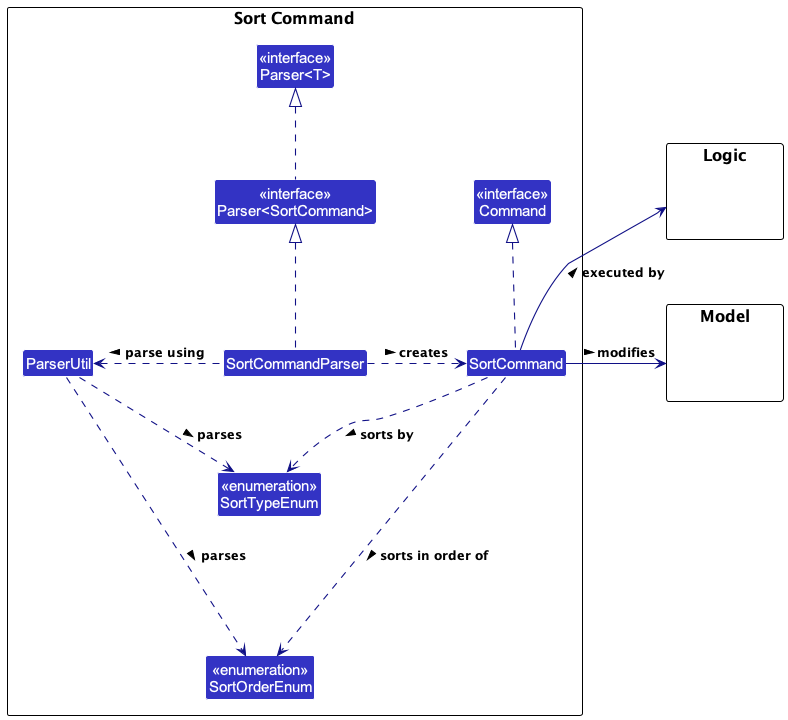
Before: docs/images/SortClassDiagram.png, a diagram exported from PlantUML (seantehds/tp).
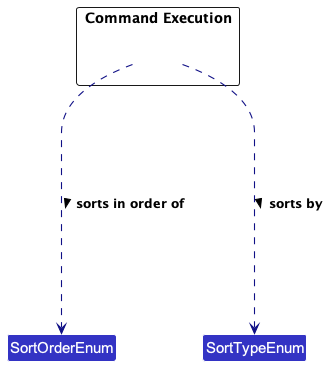
Above is the later version.

The edit, as a diff of the source:
```diff
@@ -5,41 +5,12 @@
 skinparam arrowColor LOGIC_COLOR_T4
 skinparam classBackgroundColor LOGIC_COLOR
 
-package "Sort Command" {
-    Class "<<enumeration>>\nSortTypeEnum" as SortTypeEnum
-    Class "<<enumeration>>\nSortOrderEnum" as SortOrderEnum
-    Class "<<interface>>\nCommand" as Command
-    Class SortCommandParser
-    Class SortCommand
-    Class "<<interface>>\nParser<T>" as ParserGeneric
-    Class "<<interface>>\nParser<SortCommand>" as Parser
-    Class ParserUtil
-}
-
-package Model {
+package "Command Execution" as CE; {
     class None #FFFFFF
 }
 
-package Logic {
-    class None #FFFFFF
-}
+None .down....> SortOrderEnum : sorts in order of >
+None .down....> SortTypeEnum : sorts by >
 
-Logic -[hidden]down-> Model
-
-Parser .up.|> ParserGeneric
-
-SortCommand .up.|> Command
-SortCommand .down...> SortOrderEnum : sorts in order of >
-SortCommand .down.> SortTypeEnum : sorts by >
-SortCommandParser .right.> SortCommand : creates >
-SortCommandParser .up.|> Parser
-
-ParserUtil ..> SortOrderEnum : parses >
-ParserUtil ..> SortTypeEnum : parses >
-
-SortCommandParser .left.> ParserUtil : parse using >
-
-SortCommand --left-> Logic : executed by >
-SortCommand --left-> Model : modifies >
 
 @enduml
```
